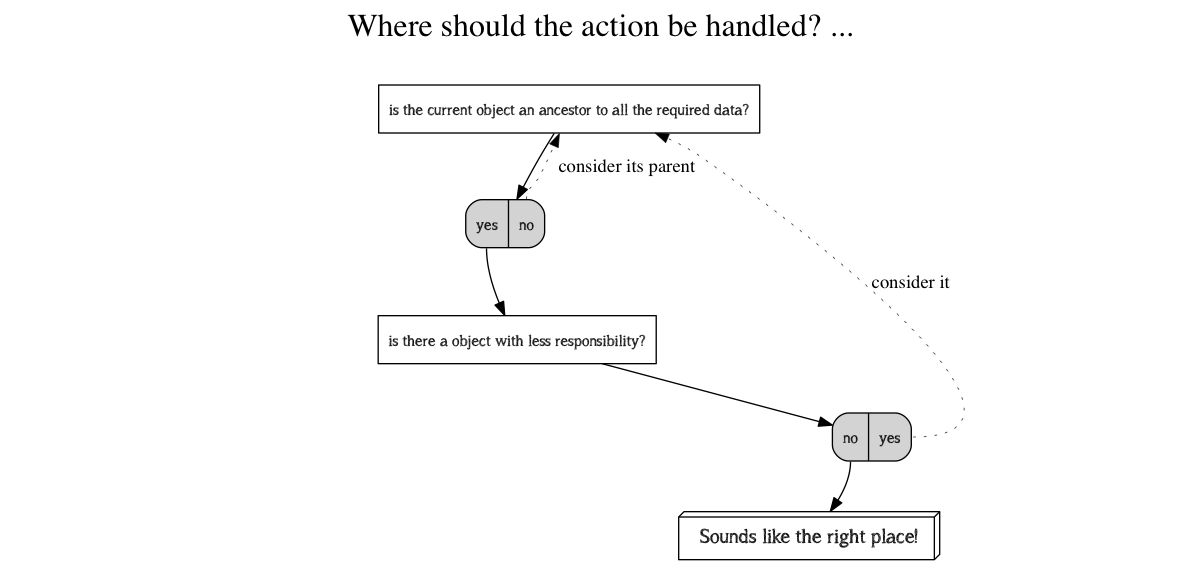
Earlier version of the Graphviz export actions.png (stefanpenner/github-pull-request). Its source is kept beside it as actions.dot. The source it was exported from:
```dot
digraph ethane  {
    labelloc="t";
    ratio = 0.4;
    label="Where should the action be handled? ...\n\n";
    fontsize =24;

    node[fontname="a song for jennifer"];

    a     [ shape = "box" shape = box label = "is the current object an ancestor to all the required data?" ];

    node[shape=record]
    a_yn [label="<f0>yes |<f1> no" shape = Mrecord style = filled ];

    a -> a_yn;

    a_yn:f0 -> a_yes
    a_yn:f1 -> a    [ style = dotted constraint = true labeljust = "l" penwidth = 0.5 label = "  consider its parent" ];

    a_yes [ shape = "box" shape = box label = "is there a object with less responsibility?" ];

    node[shape=record]
    b_yn [label="<f0> no |<f1> yes" shape = Mrecord style = filled];

    a_yes -> b_yn;

    final [shape = "box" shape = box3d fontsize = 18 label = "  Sounds like the right place!  " ];

    b_yn:f1 -> a [  style = dotted constraint = true labeljust = "l" penwidth = 0.5 label = "consider it" ]
    b_yn:f0 -> final;
}
```
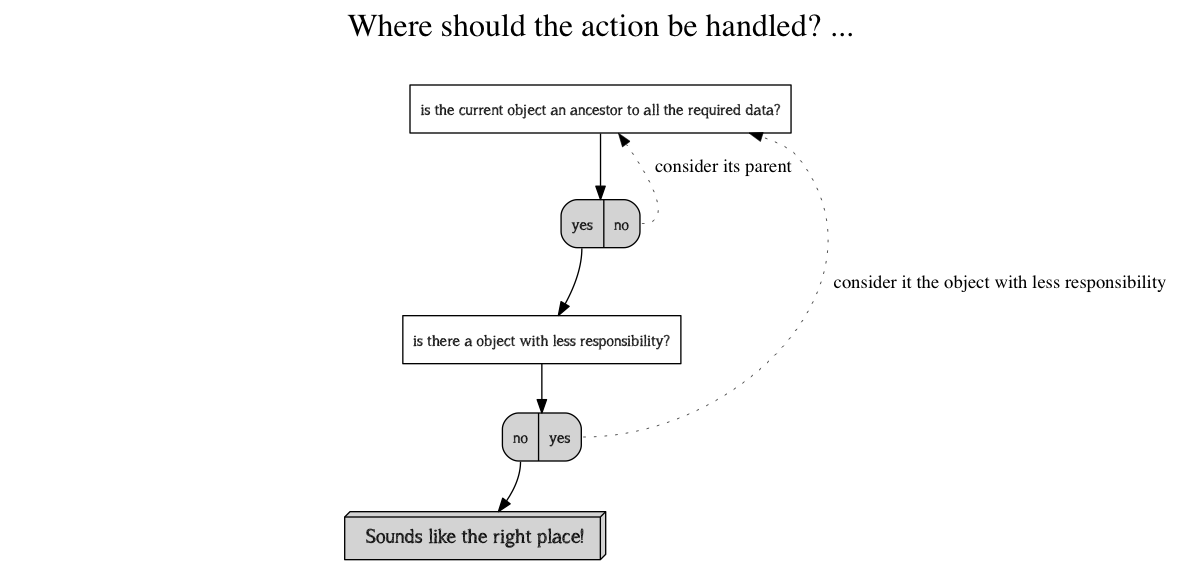
After the change.

Change to the diagram source:
```diff
@@ -4,27 +4,27 @@
     label="Where should the action be handled? ...\n\n";
     fontsize =24;
 
-    node[fontname="a song for jennifer"];
+    node [ fontname="a song for jennifer" ];
+    node [ shape = box ] a a_yes;
+    node [ shape = Mrecord style = filled ] a_yn b_yn;
 
-    a     [ shape = "box" shape = box label = "is the current object an ancestor to all the required data?" ];
+    a [ label = "is the current object an ancestor to all the required data?" ];
 
-    node[shape=record]
-    a_yn [label="<f0>yes |<f1> no" shape = Mrecord style = filled ];
+    a_yn [ label="<f0>yes |<f1> no" ]
 
     a -> a_yn;
 
     a_yn:f0 -> a_yes
-    a_yn:f1 -> a    [ style = dotted constraint = true labeljust = "l" penwidth = 0.5 label = "  consider its parent" ];
+    a_yn:f1 -> a    [ style = dotted constraint = false labeljust = "l" penwidth = 0.5 label = "  consider its parent" ];
 
-    a_yes [ shape = "box" shape = box label = "is there a object with less responsibility?" ];
+    a_yes [ label = "is there a object with less responsibility?" ];
 
-    node[shape=record]
-    b_yn [label="<f0> no |<f1> yes" shape = Mrecord style = filled];
+    b_yn [ label="<f0> no |<f1> yes" ]
 
     a_yes -> b_yn;
 
-    final [shape = "box" shape = box3d fontsize = 18 label = "  Sounds like the right place!  " ];
+    final [ shape = box3d fontsize = 18 label = "  Sounds like the right place!  " ];
 
-    b_yn:f1 -> a [  style = dotted constraint = true labeljust = "l" penwidth = 0.5 label = "consider it" ]
+    b_yn:f1 -> a [ style = dotted constraint = false labeljust = "l" penwidth = 0.5 label = "  consider it the object with less responsibility" ]
     b_yn:f0 -> final;
 }
```
